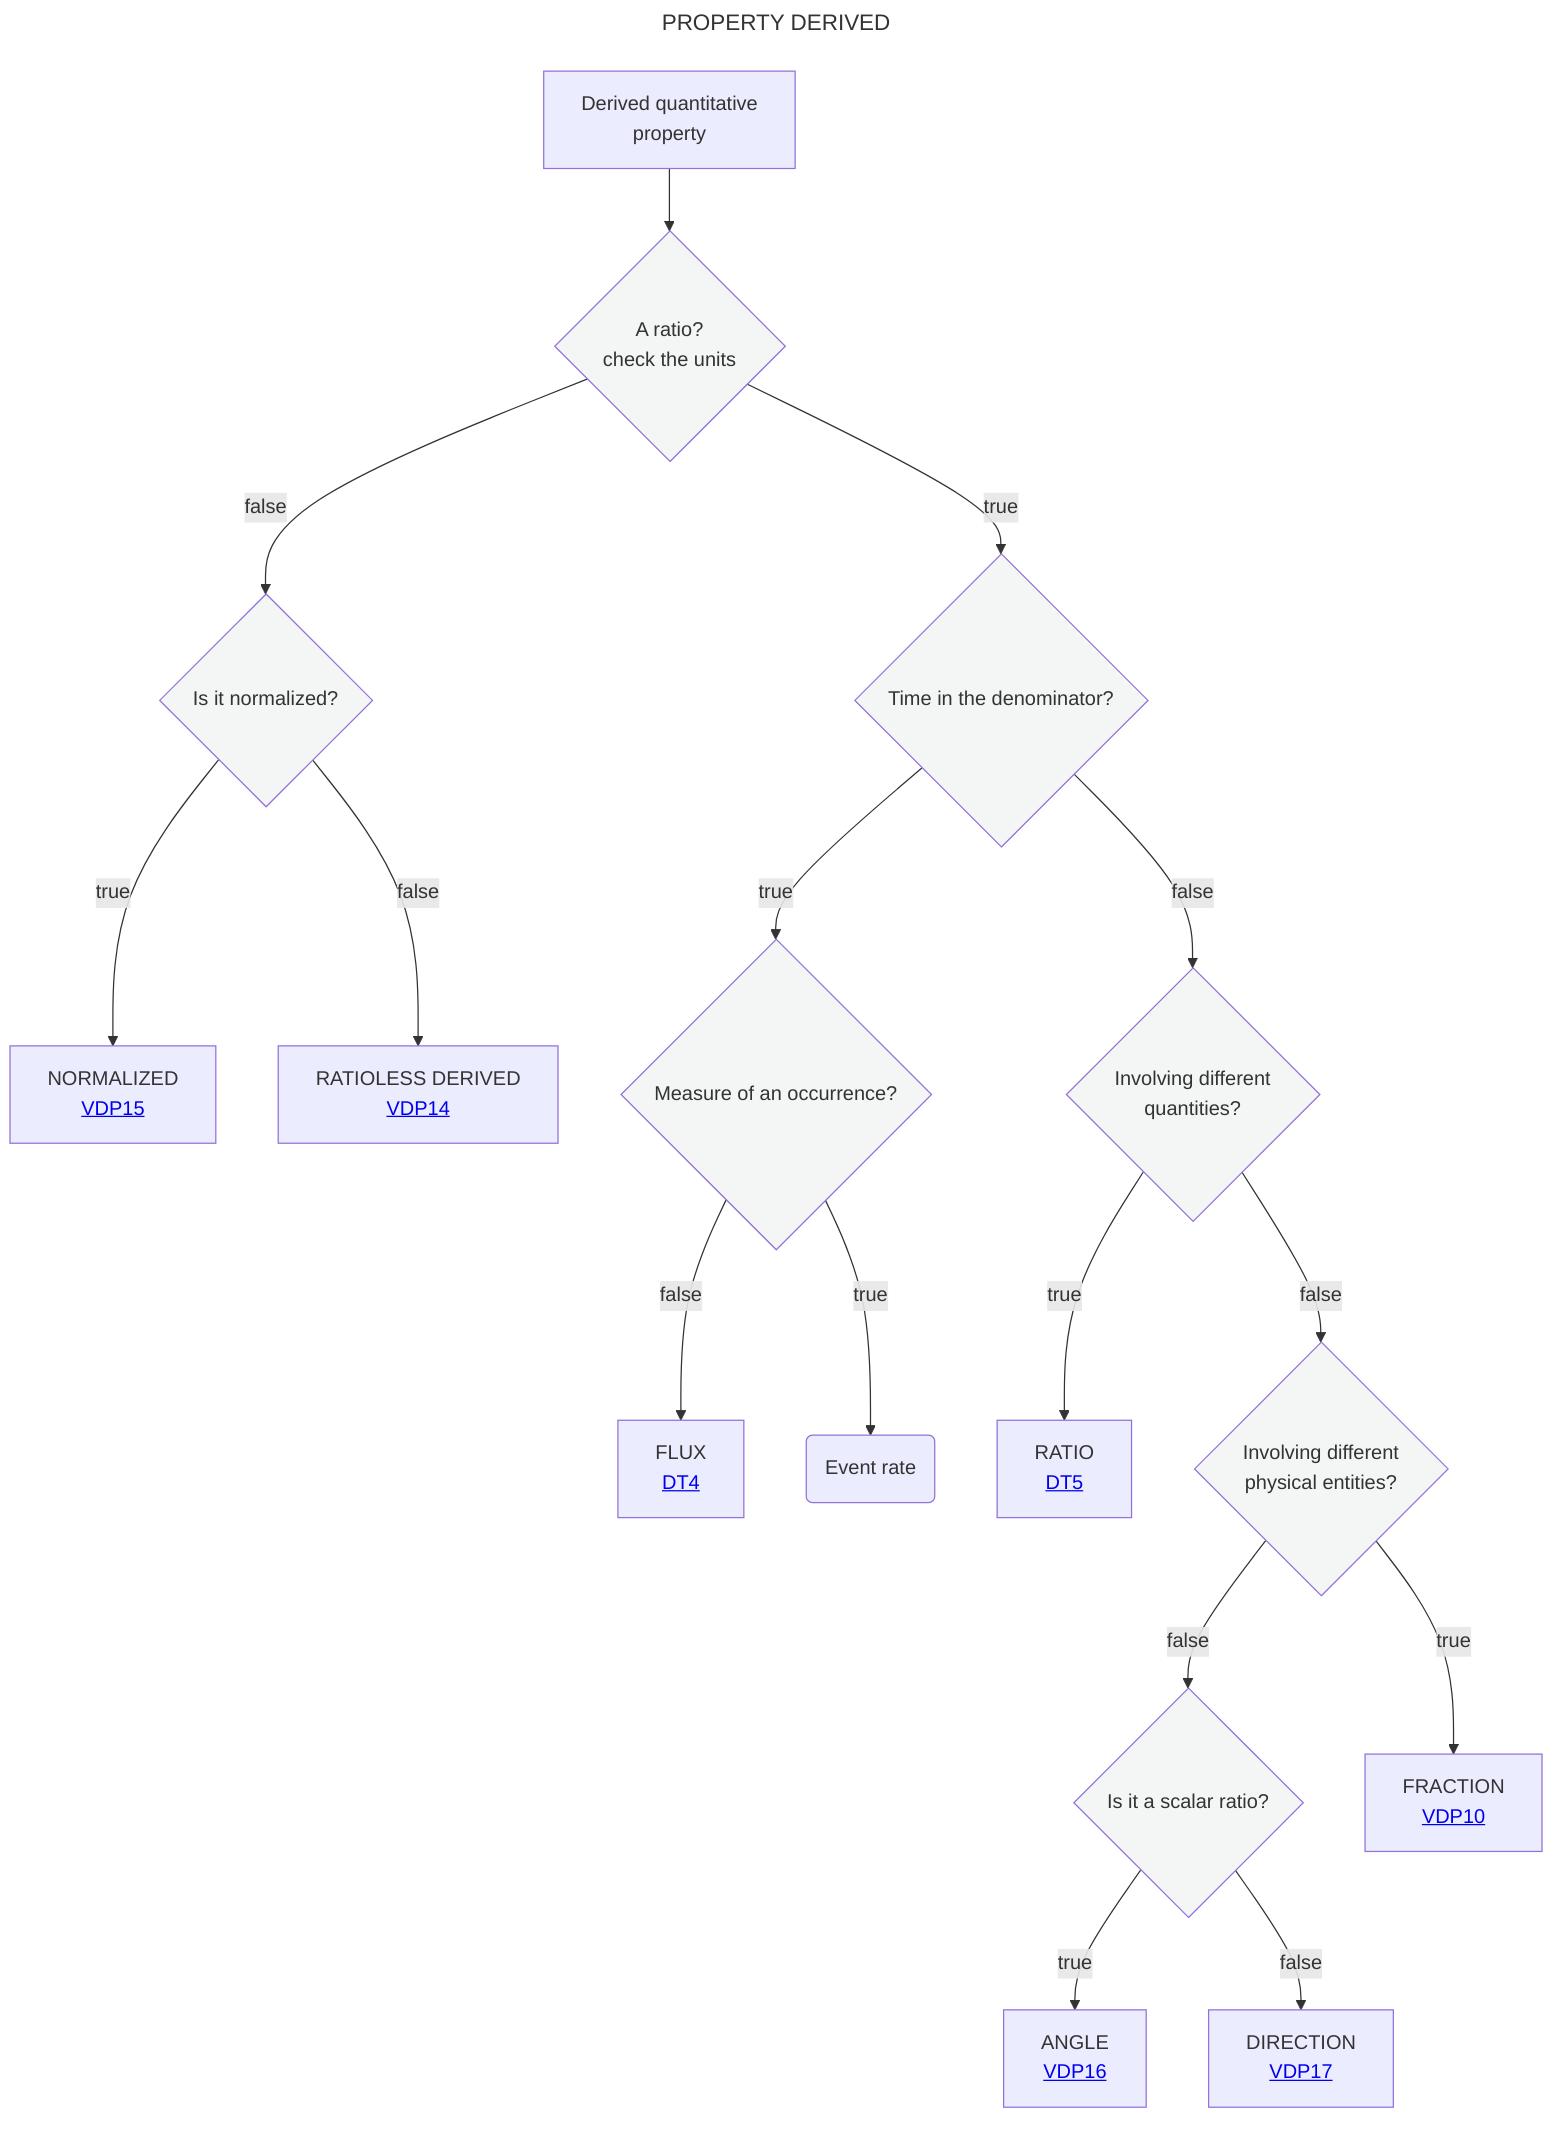
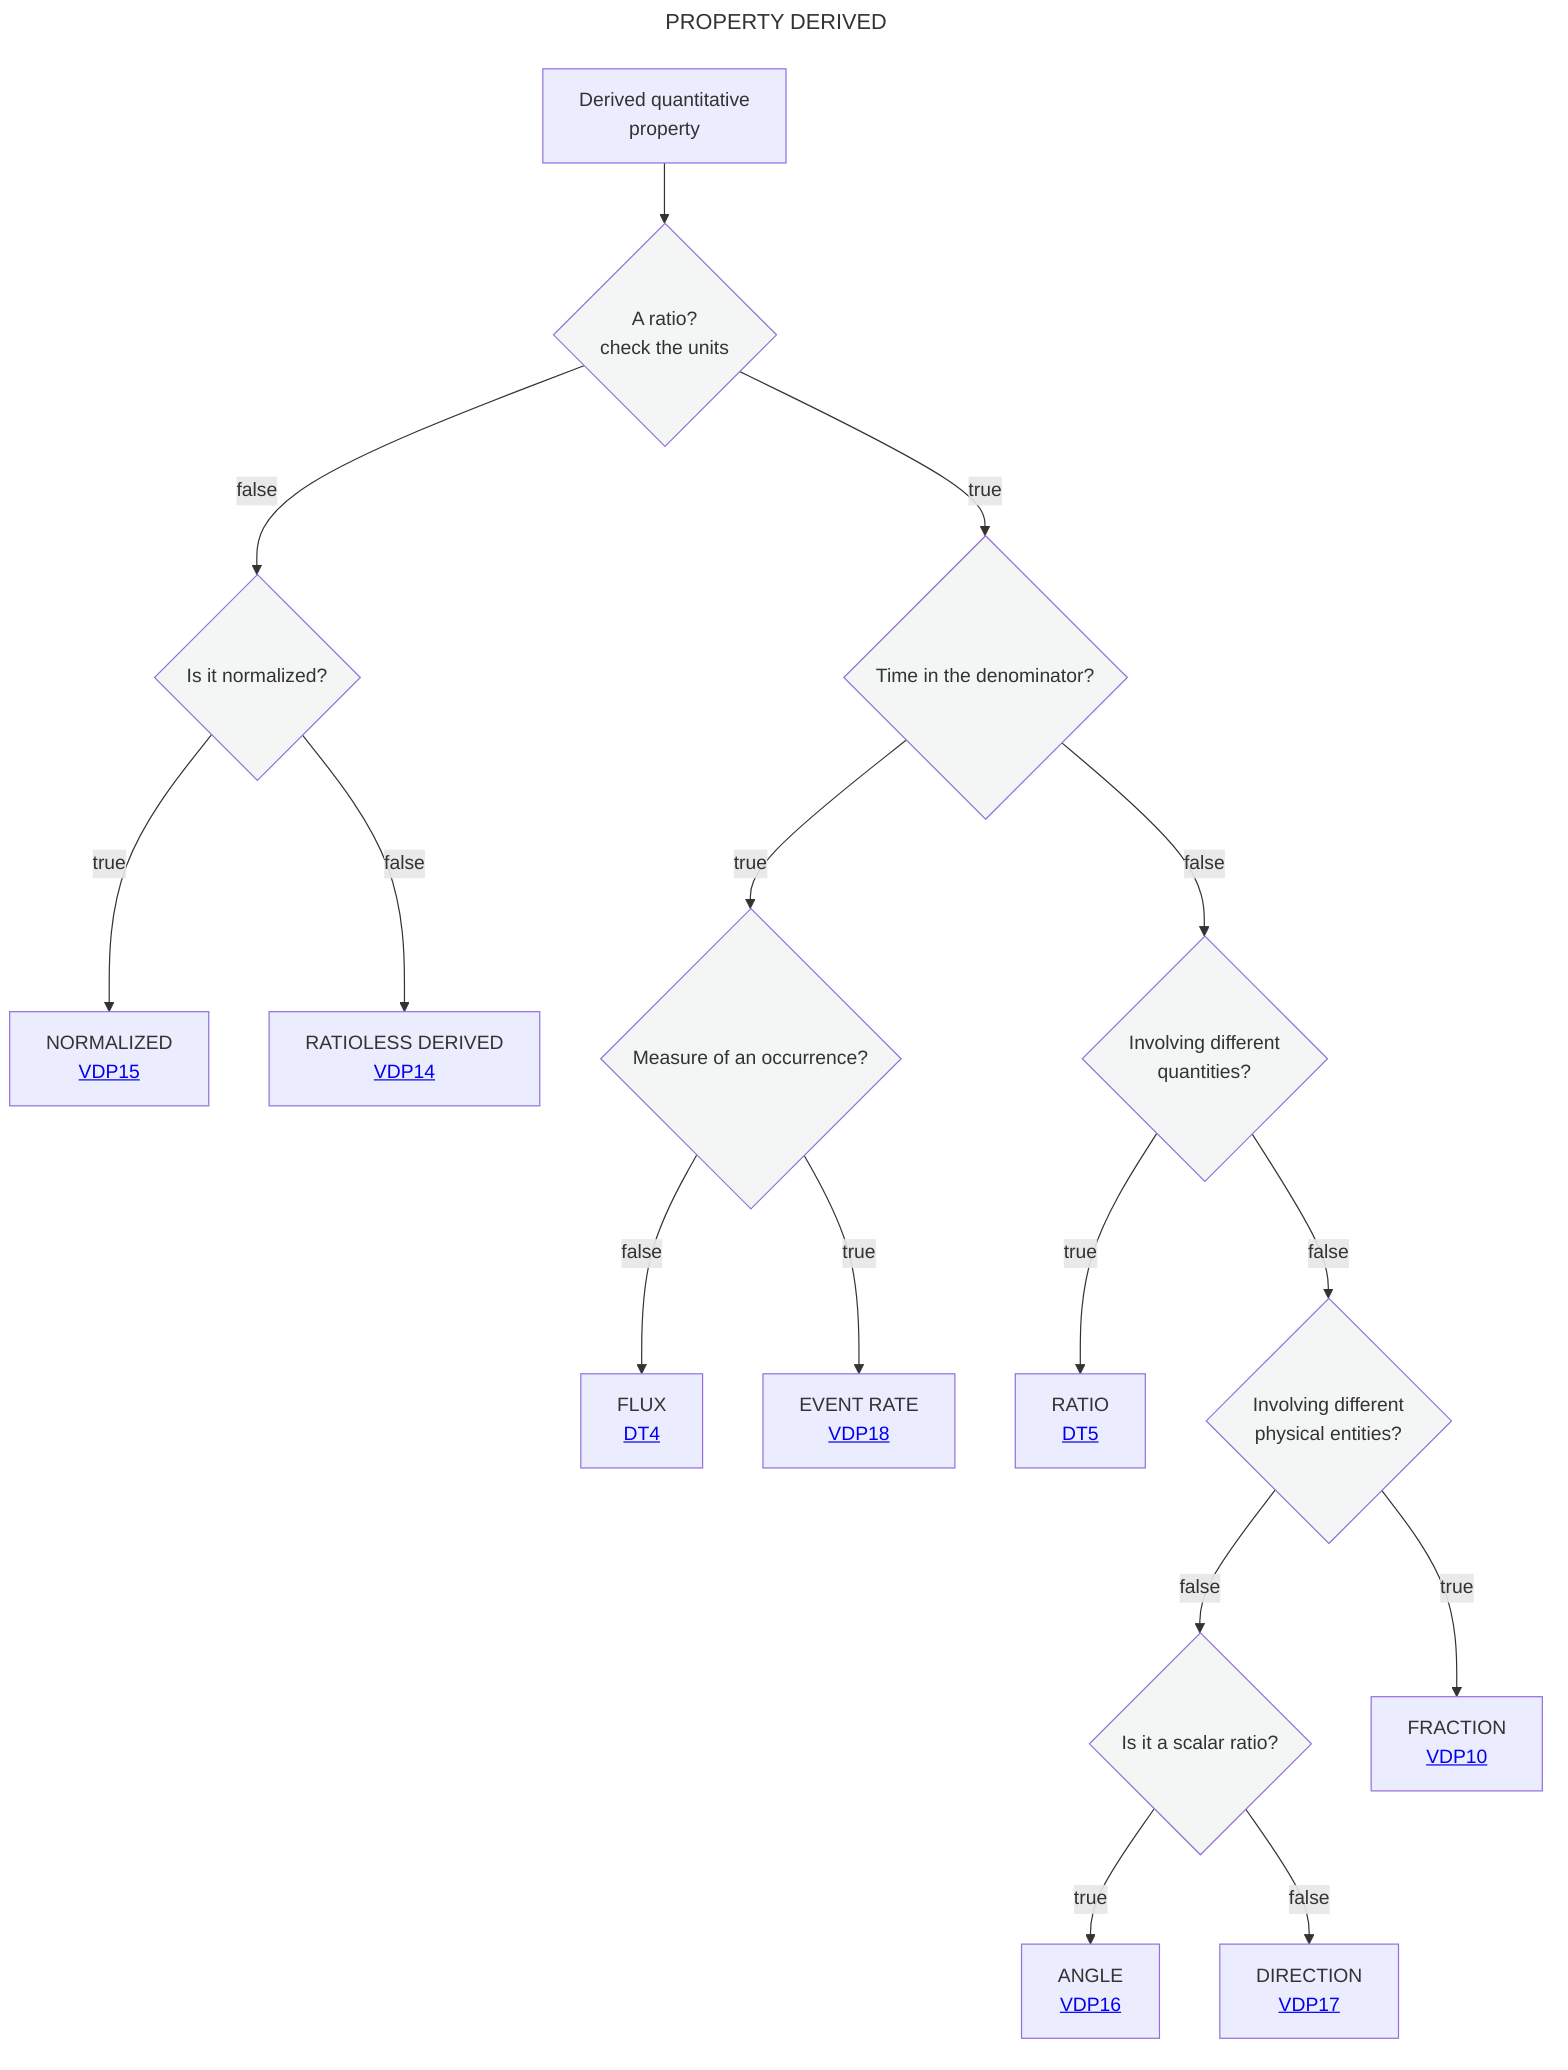
---
title: PROPERTY DERIVED
---
flowchart TD
    A[Derived quantitative <br> property] --> B{A ratio?<br>check the units}:::white
    B --> |true|N{Time in the denominator?}:::white
    B --> |false|I{Is it normalized?}:::white
    I --> |true|T[NORMALIZED <br> <a href='https://github.com/mabablue/I-ADOPT-patterns-playground/blob/main/pattern/VDP15.yaml'>VDP15</a>]
    I --> |false|U[RATIOLESS DERIVED <br> <a href='https://github.com/mabablue/I-ADOPT-patterns-playground/blob/main/pattern/VDP14.yaml'>VDP14</a>]
    N --> |true|E{Measure of an occurrence?}:::white
    E --> |false|K[FLUX <br> <a href='https://github.com/mabablue/I-ADOPT-patterns-playground/blob/main/Decisition_trees/DT4.mmd'> DT4</a>]
-     E --> |true|J(Event rate)
+     E --> |true|J[EVENT RATE <br> <a href='https://github.com/mabablue/I-ADOPT-patterns-playground/blob/main/pattern/VDP18.yaml'>VDP18</a>]
    N --> |false|O{Involving different <br> quantities?}:::white
    O --> |true|P[RATIO <br> <a href='https://github.com/mabablue/I-ADOPT-patterns-playground/blob/main/Decisition_trees/DT5.mmd'> DT5</a>]
    O --> |false|Q{Involving different <br> physical entities?}:::white
    Q --> |false|R{Is it a scalar ratio?}:::white
    R --> |true|L[ANGLE <br> <a href='https://github.com/mabablue/I-ADOPT-patterns-playground/blob/main/pattern/VDP16.yaml'>VDP16</a>]
    R --> |false|M[DIRECTION <br> <a href='https://github.com/mabablue/I-ADOPT-patterns-playground/blob/main/pattern/VDP17.yaml'>VDP17</a>]
    Q --> |true|S[FRACTION <br> <a href='https://github.com/mabablue/I-ADOPT-patterns-playground/blob/main/pattern/VDP10.yaml'>VDP10</a>]
   classDef blue fill:#90D5FF
   classDef satblue fill:#57B9FF
   classDef white fill:#f3f6f4
   classDef green fill:#6aa84f

